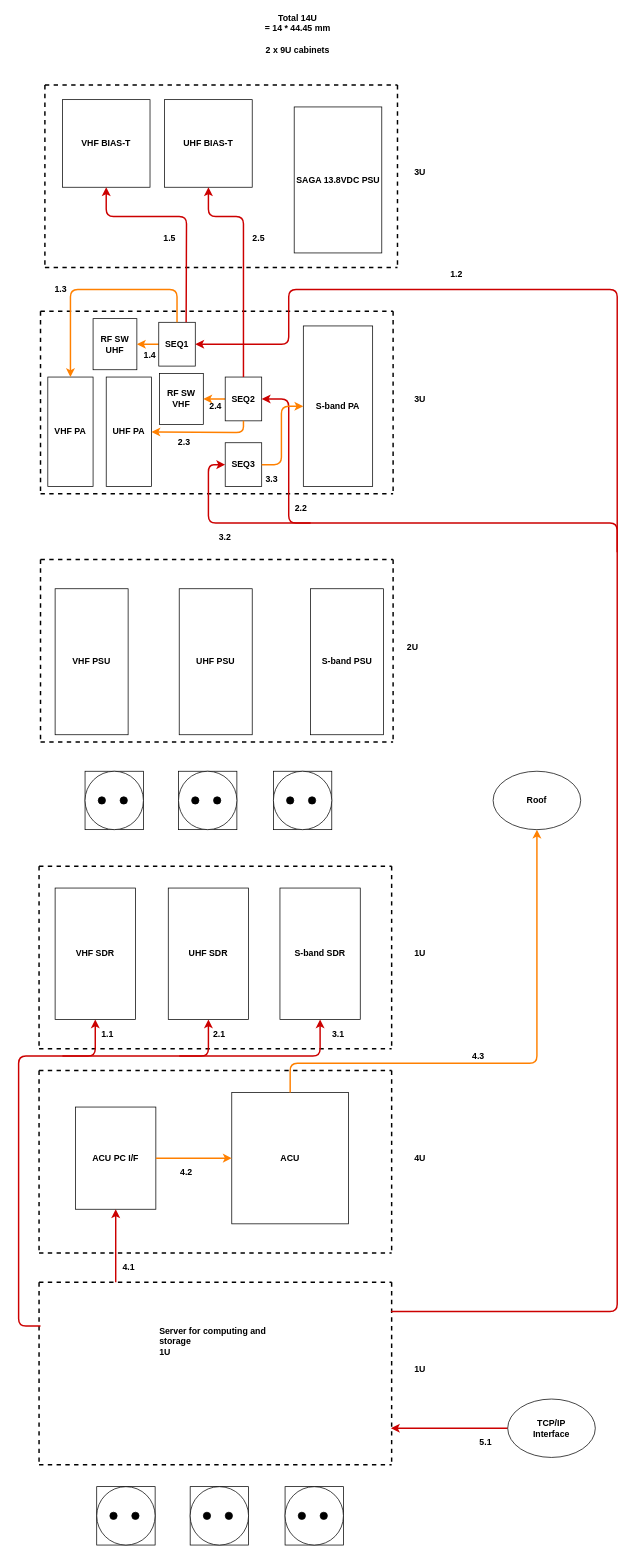
Above: design-diagrams/19-inch-design_control.drawio in melfvelin/kirunags (draw.io), before the change. Source tidied: cells renumbered, new cells numbered last; positions are measured from the earlier drawing's top-left corner, leaving out a move shared by most shapes. Both pictures are drawn from the tidied source at 73%, with x=0, y=0 at pixel (18, 26).
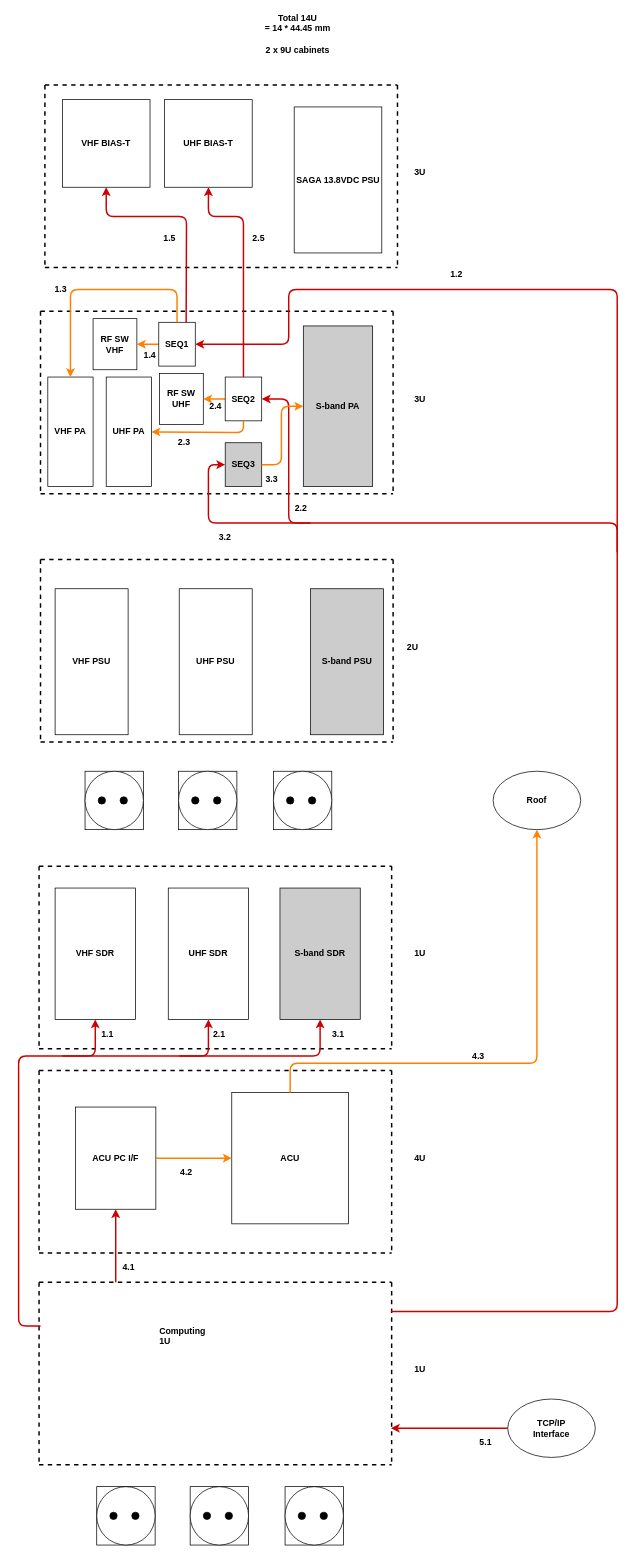
The same diagram, later.

Commit message (it also covers changes not shown here):
added design diagrams

Change to the diagram source:
```diff
@@
-    <mxCell id="8" value="S-band PSU" style="rounded=0;whiteSpace=wrap;html=1;fontStyle=1;" parent="1" vertex="1">
+    <mxCell id="8" value="S-band PSU" style="rounded=0;whiteSpace=wrap;html=1;fontStyle=1;fillColor=#CCCCCC;" parent="1" vertex="1">
       <mxGeometry x="400" y="770" width="100" height="200" as="geometry" />
     </mxCell>
@@
-    <mxCell id="15" value="S-band PA" style="rounded=0;whiteSpace=wrap;html=1;fontStyle=1;" parent="1" vertex="1">
+    <mxCell id="15" value="S-band PA" style="rounded=0;whiteSpace=wrap;html=1;fontStyle=1;fillColor=#CCCCCC;" parent="1" vertex="1">
       <mxGeometry x="390" y="410" width="95" height="220" as="geometry" />
     </mxCell>
@@
-    <mxCell id="18" value="RF SW&lt;br&gt;UHF" style="rounded=0;whiteSpace=wrap;html=1;rotation=0;fontStyle=1;" parent="1" vertex="1">
+    <mxCell id="18" value="RF SW&lt;br&gt;VHF" style="rounded=0;whiteSpace=wrap;html=1;rotation=0;fontStyle=1;" parent="1" vertex="1">
       <mxGeometry x="102" y="400" width="60" height="70" as="geometry" />
     </mxCell>
@@
-    <mxCell id="23" value="RF SW&lt;br&gt;VHF" style="rounded=0;whiteSpace=wrap;html=1;rotation=0;fontStyle=1;" parent="1" vertex="1">
+    <mxCell id="23" value="RF SW&lt;br&gt;UHF" style="rounded=0;whiteSpace=wrap;html=1;rotation=0;fontStyle=1;" parent="1" vertex="1">
       <mxGeometry x="193" y="475" width="60" height="70" as="geometry" />
     </mxCell>
@@
-    <mxCell id="52" value="Server for computing and storage&lt;br&gt;1U" style="text;html=1;strokeColor=none;fillColor=none;spacing=5;spacingTop=-20;whiteSpace=wrap;overflow=hidden;rounded=0;fontStyle=1;" parent="1" vertex="1">
+    <mxCell id="52" value="&lt;div&gt;Computing&lt;/div&gt;&lt;div&gt;1U&lt;br&gt;&lt;/div&gt;" style="text;html=1;strokeColor=none;fillColor=none;spacing=5;spacingTop=-20;whiteSpace=wrap;overflow=hidden;rounded=0;fontStyle=1;" parent="1" vertex="1">
       <mxGeometry x="188" y="1790" width="190" height="120" as="geometry" />
     </mxCell>
@@
-    <mxCell id="55" value="S-band SDR" style="rounded=0;whiteSpace=wrap;html=1;fillColor=#FFFFFF;fontStyle=1;" parent="1" vertex="1">
+    <mxCell id="55" value="S-band SDR" style="rounded=0;whiteSpace=wrap;html=1;fontStyle=1;fillColor=#CCCCCC;" parent="1" vertex="1">
       <mxGeometry x="358" y="1180" width="110" height="180" as="geometry" />
     </mxCell>
@@
-    <mxCell id="88" value="SEQ3" style="rounded=0;whiteSpace=wrap;html=1;fillColor=#FFFFFF;fontStyle=1;" parent="1" vertex="1">
+    <mxCell id="88" value="SEQ3" style="rounded=0;whiteSpace=wrap;html=1;fontStyle=1;fillColor=#CCCCCC;" parent="1" vertex="1">
       <mxGeometry x="283" y="570" width="50" height="60" as="geometry" />
     </mxCell>
```
